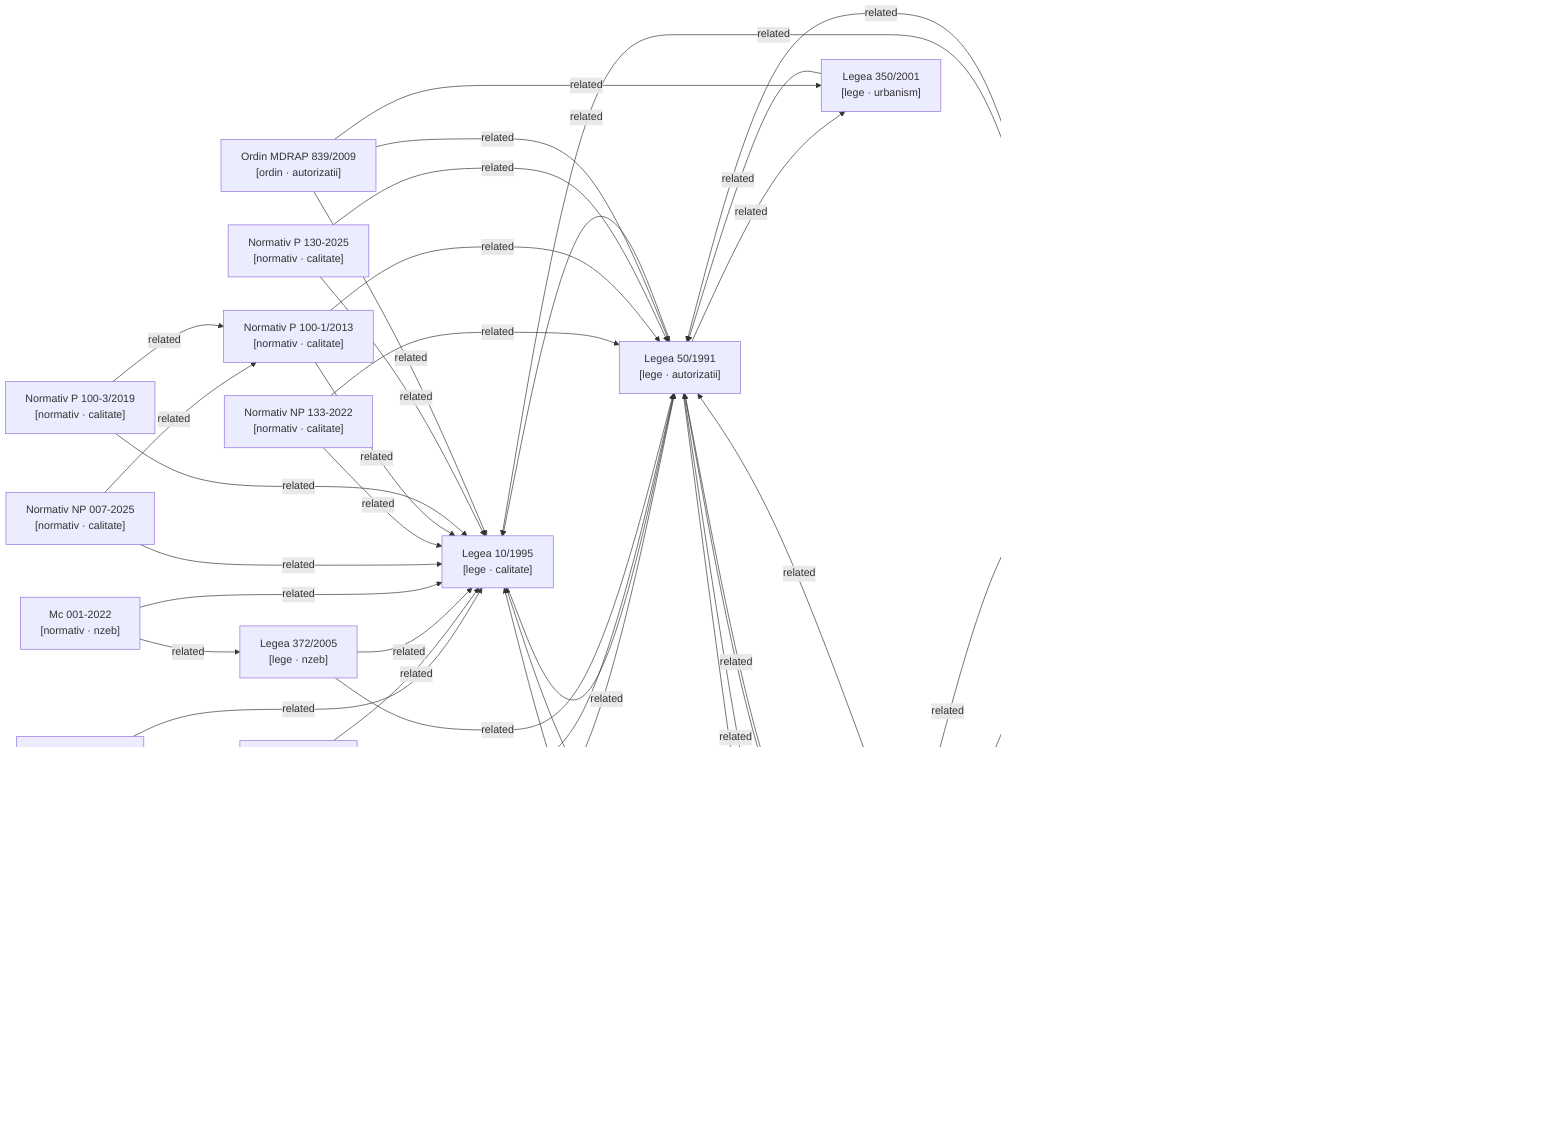
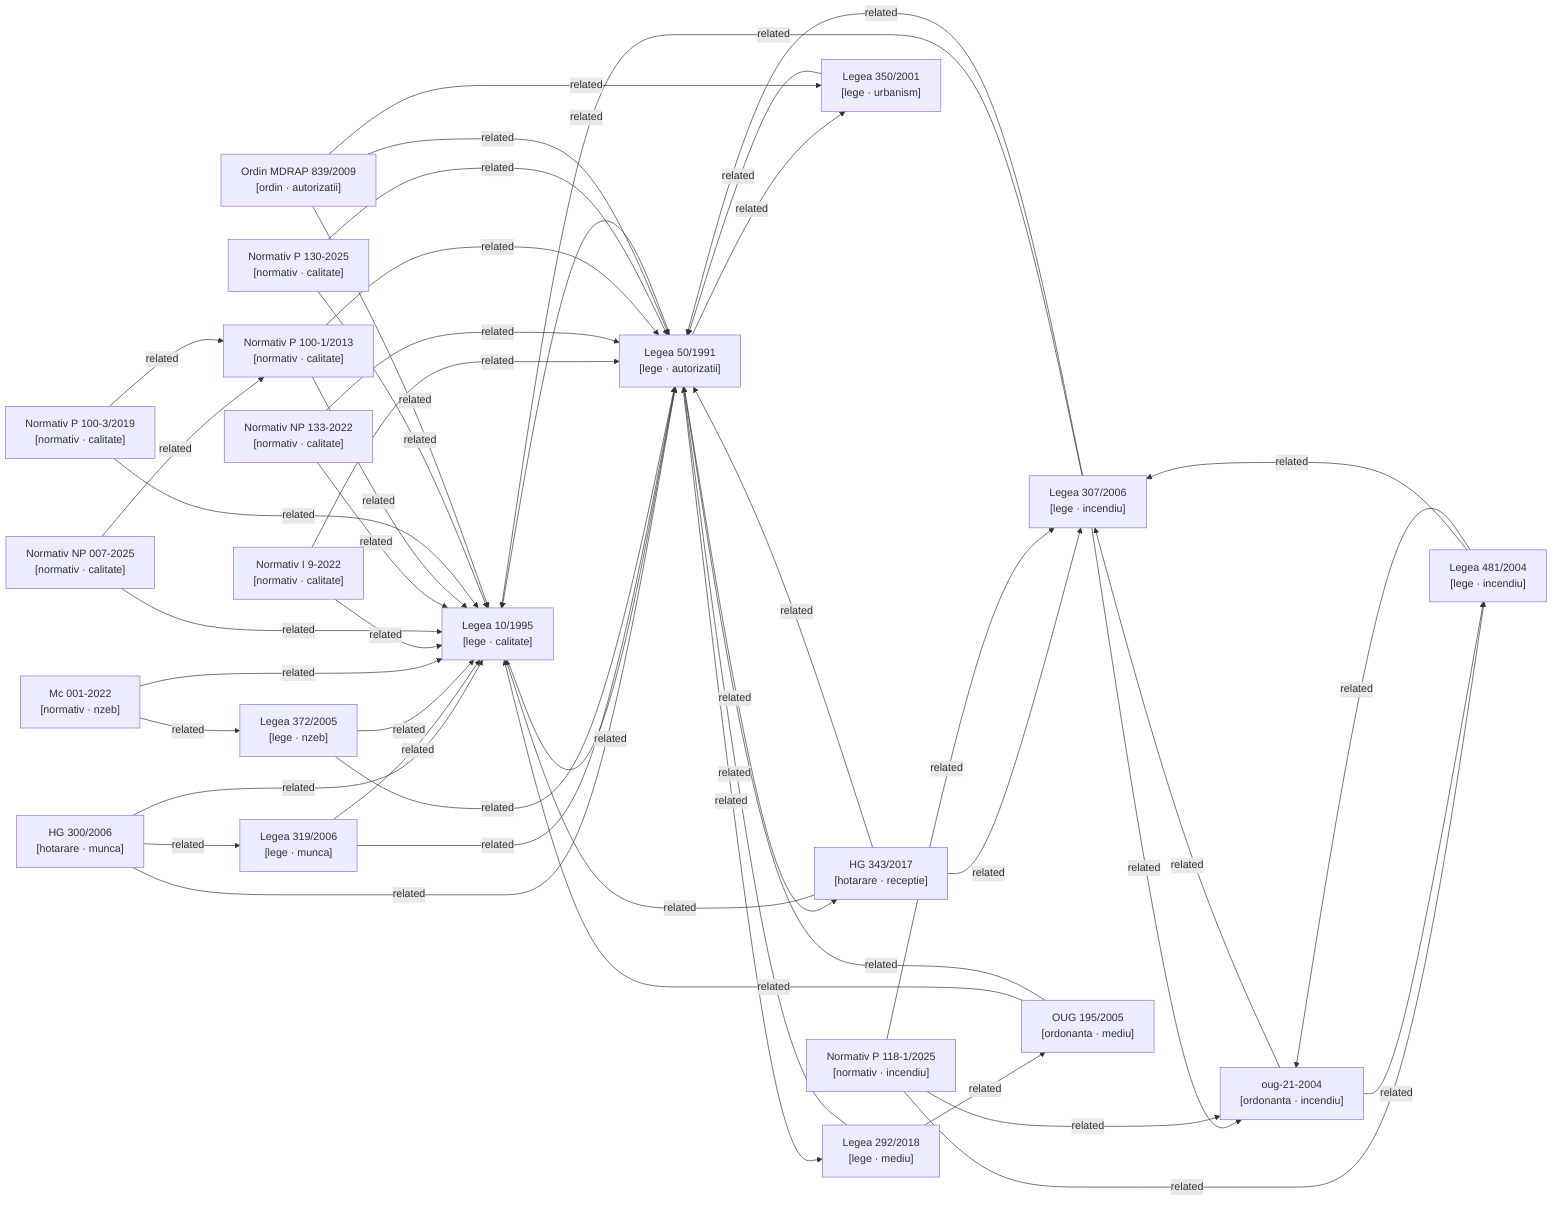
graph LR

  %% Nodes
  hg-300-2006["HG 300/2006\n[hotarare · munca]"]
  hg-343-2017["HG 343/2017\n[hotarare · receptie]"]
  lege-10-1995["Legea 10/1995\n[lege · calitate]"]
  lege-292-2018["Legea 292/2018\n[lege · mediu]"]
  lege-307-2006["Legea 307/2006\n[lege · incendiu]"]
  lege-319-2006["Legea 319/2006\n[lege · munca]"]
  lege-350-2001["Legea 350/2001\n[lege · urbanism]"]
  lege-372-2005["Legea 372/2005\n[lege · nzeb]"]
  lege-481-2004["Legea 481/2004\n[lege · incendiu]"]
  lege-50-1991["Legea 50/1991\n[lege · autorizatii]"]
  metodologie-mc001-2022["Mc 001-2022\n[normativ · nzeb]"]
+   normativ-i9-2022["Normativ I 9-2022\n[normativ · calitate]"]
  normativ-np007-2025["Normativ NP 007-2025\n[normativ · calitate]"]
  normativ-np133-2022["Normativ NP 133-2022\n[normativ · calitate]"]
  normativ-p100-1-2013["Normativ P 100-1/2013\n[normativ · calitate]"]
  normativ-p100-3-2019["Normativ P 100-3/2019\n[normativ · calitate]"]
  normativ-p118-1-2025["Normativ P 118-1/2025\n[normativ · incendiu]"]
  normativ-p130-2025["Normativ P 130-2025\n[normativ · calitate]"]
  ordin-839-2009["Ordin MDRAP 839/2009\n[ordin · autorizatii]"]
  oug-195-2005["OUG 195/2005\n[ordonanta · mediu]"]
  oug-21-2004["oug-21-2004\n[ordonanta · incendiu]"]

  %% Confirmed relationships (from metadata related_acts)
  hg-300-2006 -->|related| lege-10-1995
  hg-300-2006 -->|related| lege-319-2006
  hg-300-2006 -->|related| lege-50-1991
  hg-343-2017 -->|related| lege-10-1995
  hg-343-2017 -->|related| lege-307-2006
  hg-343-2017 -->|related| lege-50-1991
  lege-10-1995 -->|related| lege-50-1991
  lege-292-2018 -->|related| lege-50-1991
  lege-292-2018 -->|related| oug-195-2005
  lege-307-2006 -->|related| lege-10-1995
  lege-307-2006 -->|related| lege-50-1991
  lege-307-2006 -->|related| oug-21-2004
  lege-319-2006 -->|related| lege-10-1995
  lege-319-2006 -->|related| lege-50-1991
  lege-350-2001 -->|related| lege-50-1991
  lege-372-2005 -->|related| lege-10-1995
  lege-372-2005 -->|related| lege-50-1991
  lege-481-2004 -->|related| lege-307-2006
  lege-481-2004 -->|related| oug-21-2004
  lege-50-1991 -->|related| hg-343-2017
  lege-50-1991 -->|related| lege-10-1995
  lege-50-1991 -->|related| lege-292-2018
  lege-50-1991 -->|related| lege-350-2001
  metodologie-mc001-2022 -->|related| lege-10-1995
  metodologie-mc001-2022 -->|related| lege-372-2005
+   normativ-i9-2022 -->|related| lege-10-1995
+   normativ-i9-2022 -->|related| lege-50-1991
  normativ-np007-2025 -->|related| lege-10-1995
  normativ-np007-2025 -->|related| normativ-p100-1-2013
  normativ-np133-2022 -->|related| lege-10-1995
  normativ-np133-2022 -->|related| lege-50-1991
  normativ-p100-1-2013 -->|related| lege-10-1995
  normativ-p100-1-2013 -->|related| lege-50-1991
  normativ-p100-3-2019 -->|related| lege-10-1995
  normativ-p100-3-2019 -->|related| normativ-p100-1-2013
  normativ-p118-1-2025 -->|related| lege-307-2006
  normativ-p118-1-2025 -->|related| lege-481-2004
  normativ-p118-1-2025 -->|related| oug-21-2004
  normativ-p130-2025 -->|related| lege-10-1995
  normativ-p130-2025 -->|related| lege-50-1991
  ordin-839-2009 -->|related| lege-10-1995
  ordin-839-2009 -->|related| lege-350-2001
  ordin-839-2009 -->|related| lege-50-1991
  oug-195-2005 -->|related| lege-10-1995
  oug-195-2005 -->|related| lege-50-1991
  oug-21-2004 -->|related| lege-307-2006
  oug-21-2004 -->|related| lege-481-2004

  %% Auto-detected relationships (needs_review)
